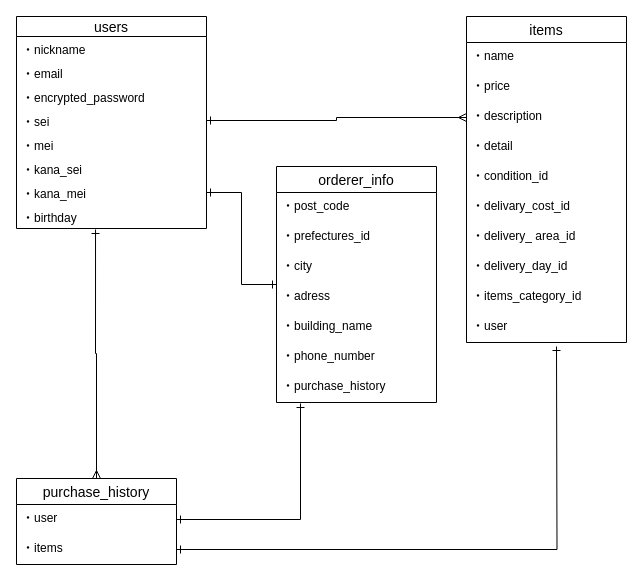
This is ER.dio from IshigeU/furima-32338, a draw.io file, before an edit. Source tidied: cells renumbered, new cells numbered last; positions are measured from the earlier drawing's top-left corner, leaving out a move shared by most shapes. Both pictures are drawn from the tidied source at 100%, with x=0, y=0 at pixel (16, 16).
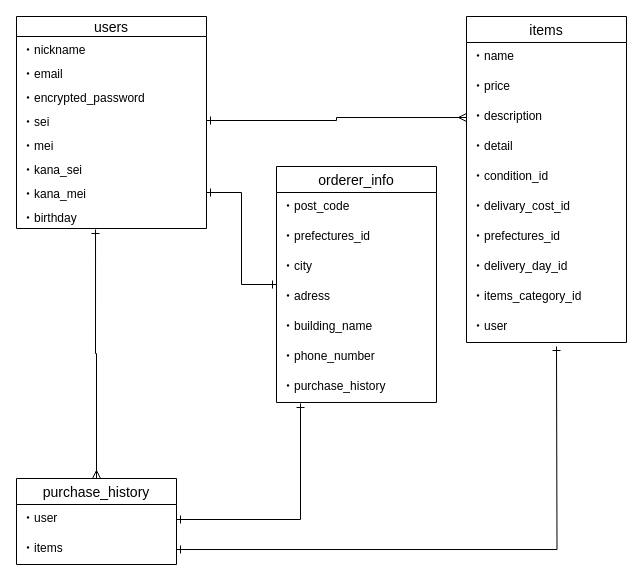
The same diagram, later.

Commit message (it also covers changes not shown here):
ER図およびREADMEの記述修正③

Unchanged cells that the change refers to:
```xml
<mxCell id="12" value="items" style="swimlane;fontStyle=0;horizontal=1;startSize=26;align=center;fontSize=14;" parent="1" vertex="1">
  <mxGeometry x="450" width="160" height="326" as="geometry" />
</mxCell>
```

The edit, as a diff of the source:
```diff
@@
-    <mxCell id="19" value="・delivery_ area_id&#10;" style="text;strokeColor=none;fillColor=none;spacingLeft=4;spacingRight=4;overflow=hidden;fontSize=12;" parent="12" vertex="1">
+    <mxCell id="19" value="・prefectures_id&#10;" style="text;strokeColor=none;fillColor=none;spacingLeft=4;spacingRight=4;overflow=hidden;fontSize=12;" parent="12" vertex="1">
       <mxGeometry y="206" width="160" height="30" as="geometry" />
     </mxCell>
```
